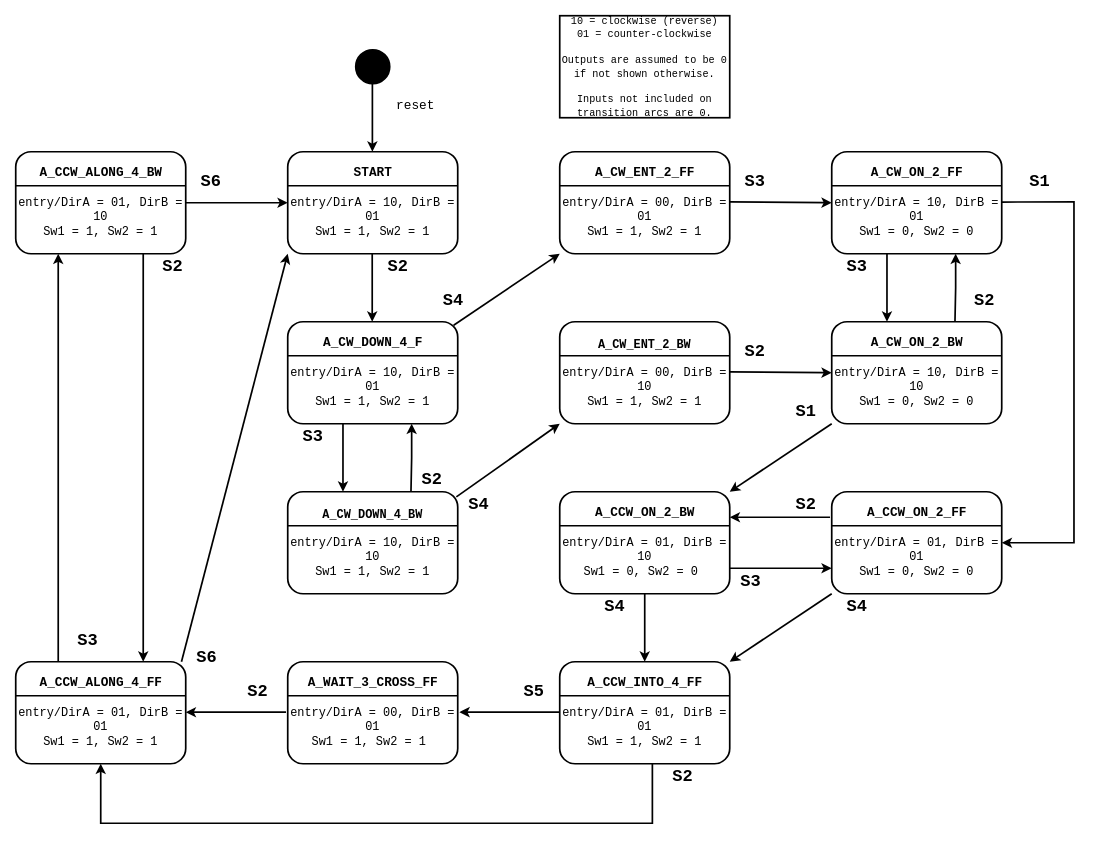
Above: page "Lab6PreLab" (4 of 4) of CS1301/Untitled Diagram.drawio in printjoshhere/CS1301 (draw.io), before the change. Source tidied: cells renumbered, new cells numbered last; positions are measured from the earlier drawing's top-left corner, leaving out a move shared by most shapes. Both pictures are drawn from the tidied source at 85%, with x=0, y=0 at pixel (15, 15).
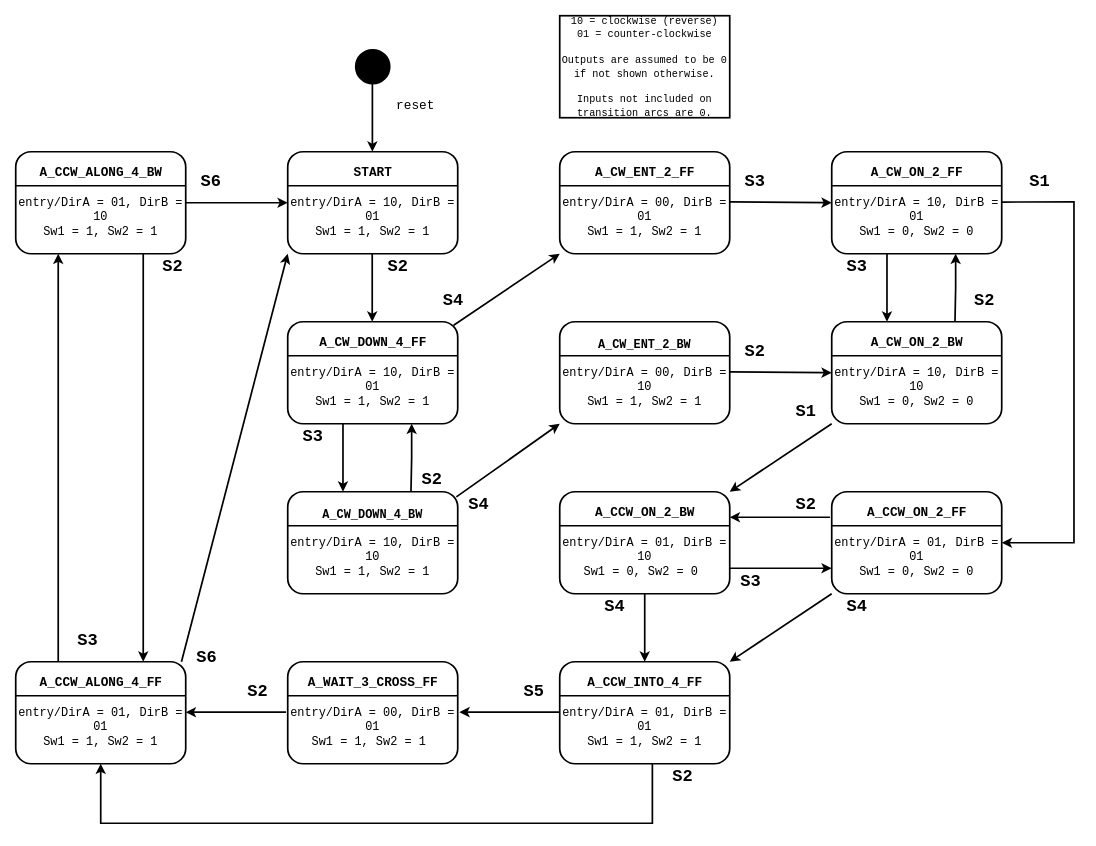
The same diagram, later.

Change to the diagram source:
```diff
@@
-    <mxCell id="11" value="&lt;font size=&quot;1&quot; face=&quot;consolas&quot;&gt;&lt;b style=&quot;font-size: 15px;&quot;&gt;A_CW_DOWN_4_F&lt;/b&gt;&lt;/font&gt;" style="text;html=1;align=center;verticalAlign=middle;strokeColor=none;fillColor=none;fontSize=14;" parent="1" vertex="1">
-      <mxGeometry x="355" y="370" width="130" height="30" as="geometry" />
+    <mxCell id="11" value="&lt;font size=&quot;1&quot; face=&quot;consolas&quot;&gt;&lt;b style=&quot;font-size: 15px;&quot;&gt;A_CW_DOWN_4_FF&lt;/b&gt;&lt;/font&gt;" style="text;html=1;align=center;verticalAlign=middle;strokeColor=none;fillColor=none;fontSize=14;" parent="1" vertex="1">
+      <mxGeometry x="350" y="370" width="140" height="30" as="geometry" />
     </mxCell>
```
